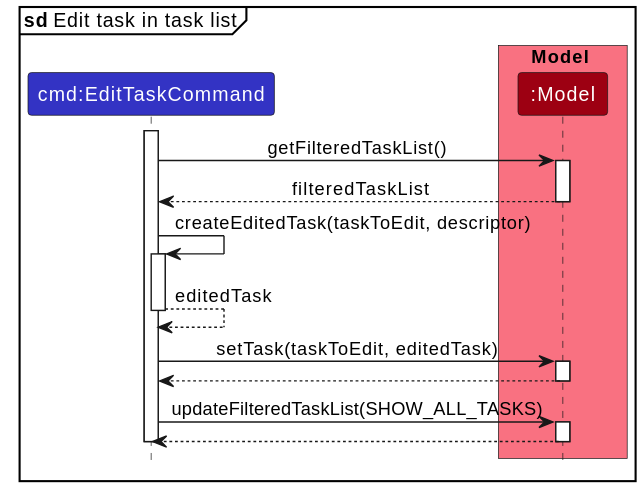
pra-navi/tp keeps this PlantUML diagram as docs/assets/svg/dg/SDEditTaskInTaskList.svg. Above is the earlier version.
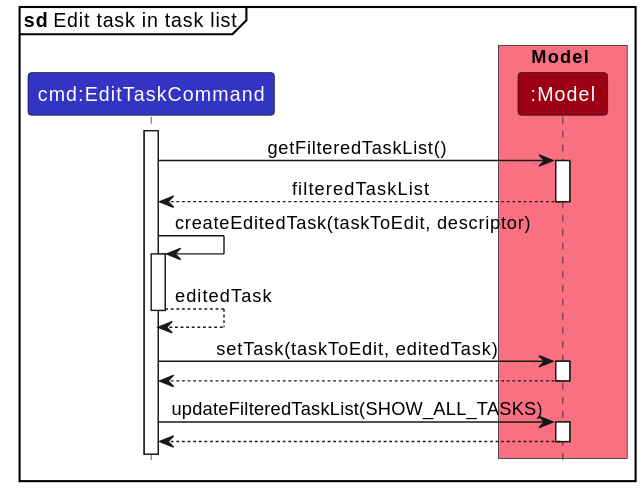
The same file after the commit.

Diff of the diagram source:
```diff
@@ -34,6 +34,4 @@
 Model --> EditTaskCommand
 deactivate Model
 
-deactivate EditTaskCommand
-
 @enduml
```
